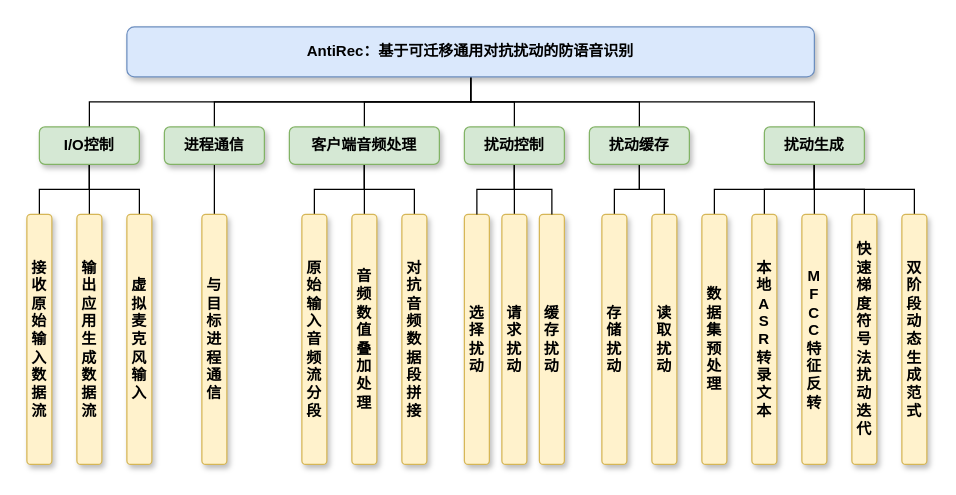
The draw.io diagram 信安作品赛-系统功能模块.drawio in Momoyeyu/Draw.io-Repo, before the edit. Source tidied: cells renumbered, new cells numbered last; positions are measured from the earlier drawing's top-left corner, leaving out a move shared by most shapes. Both pictures are drawn from the tidied source at 125%, with x=0, y=0 at pixel (26, 26).
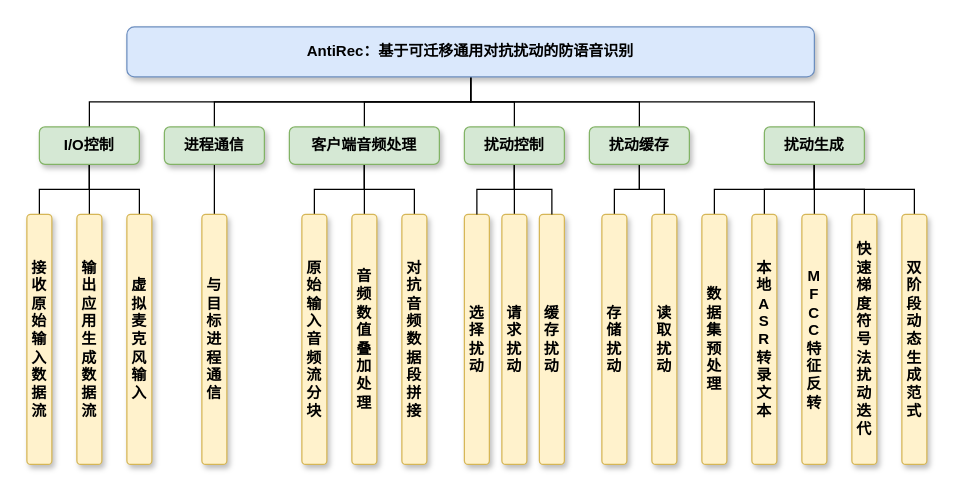
The same diagram, later.

Commit message:
更新信安作品赛-系统功能模块.drawio

The edit, as a diff of the source:
```diff
@@
-    <mxCell id="23" value="原始输入音频流分段" style="rounded=1;whiteSpace=wrap;html=1;fillColor=#fff2cc;strokeColor=#d6b656;fontStyle=1;shadow=1;" parent="1" vertex="1">
+    <mxCell id="23" value="原始输入音频流分块" style="rounded=1;whiteSpace=wrap;html=1;fillColor=#fff2cc;strokeColor=#d6b656;fontStyle=1;shadow=1;" parent="1" vertex="1">
       <mxGeometry x="220" y="150" width="20" height="200" as="geometry" />
     </mxCell>
```
